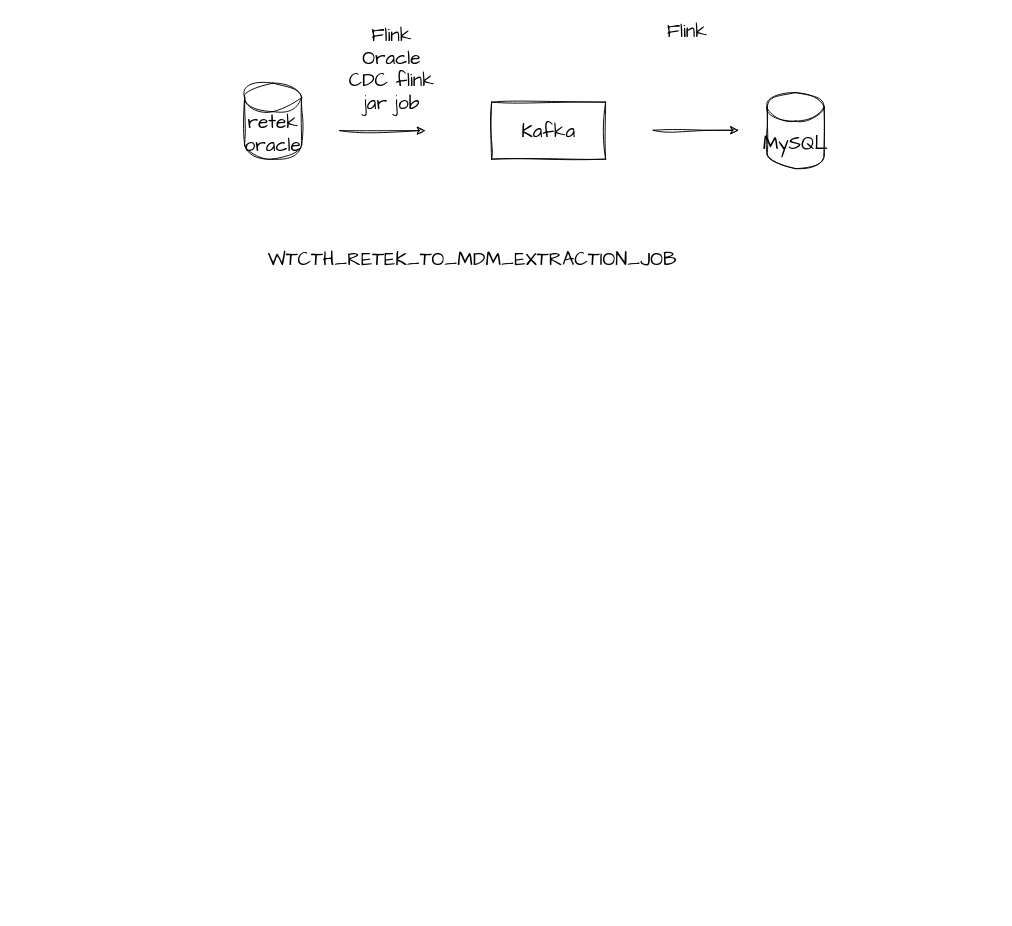
This is mdm.drawio from qiufang1314/drawio, a draw.io file, before an edit. Source tidied: cells renumbered, new cells numbered last; positions are measured from the earlier drawing's top-left corner, leaving out a move shared by most shapes. Both pictures are drawn from the tidied source at 95%, with x=0, y=0 at pixel (244, 16).
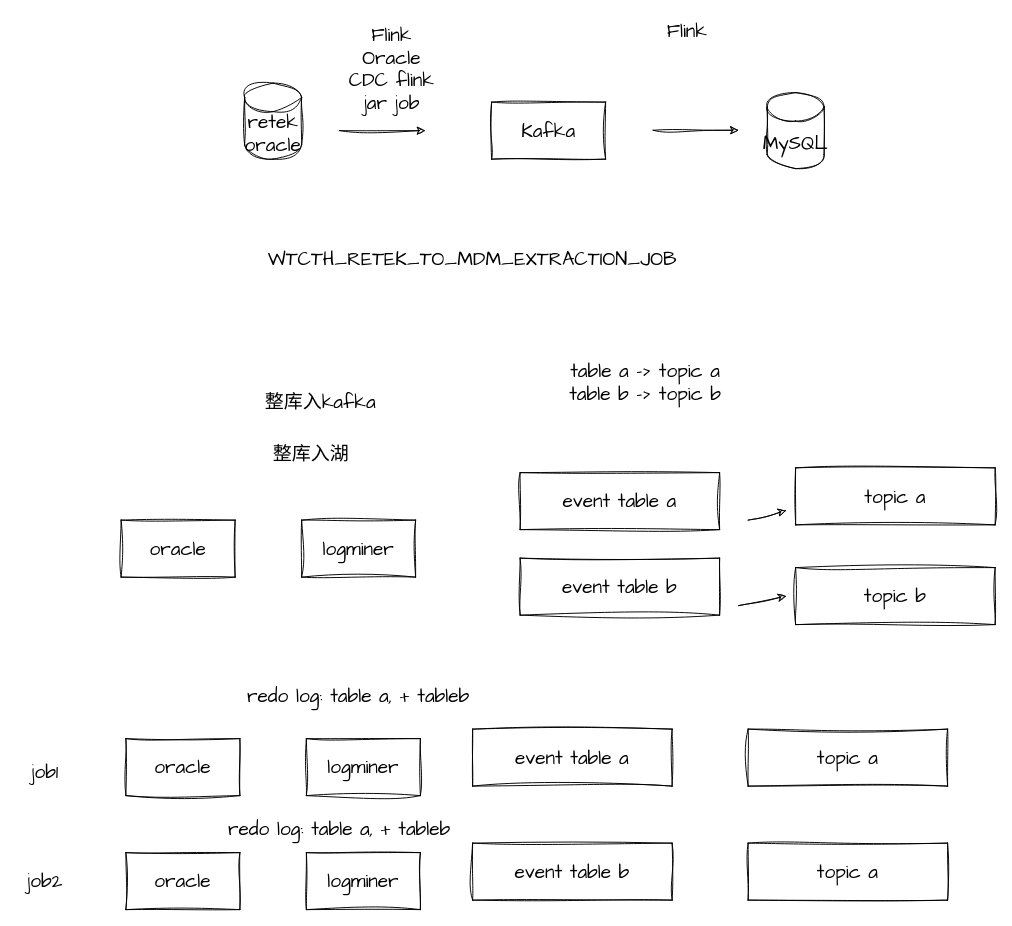
The same diagram, later.

Diff of the diagram source:
```diff
@@
+    <mxCell id="10" value="oracle" style="rounded=0;whiteSpace=wrap;html=1;sketch=1;hachureGap=4;jiggle=2;curveFitting=1;fontFamily=Architects Daughter;fontSize=20;" parent="1" vertex="1">
+      <mxGeometry x="-130" y="530" width="120" height="60" as="geometry" />
+    </mxCell>
+    <mxCell id="11" value="event table a&lt;br&gt;" style="rounded=0;whiteSpace=wrap;html=1;sketch=1;hachureGap=4;jiggle=2;curveFitting=1;fontFamily=Architects Daughter;fontSize=20;" parent="1" vertex="1">
+      <mxGeometry x="290" y="480" width="210" height="60" as="geometry" />
+    </mxCell>
+    <mxCell id="12" value="event table b" style="rounded=0;whiteSpace=wrap;html=1;sketch=1;hachureGap=4;jiggle=2;curveFitting=1;fontFamily=Architects Daughter;fontSize=20;" parent="1" vertex="1">
+      <mxGeometry x="290" y="570" width="210" height="60" as="geometry" />
+    </mxCell>
+    <mxCell id="13" value="logminer" style="rounded=0;whiteSpace=wrap;html=1;sketch=1;hachureGap=4;jiggle=2;curveFitting=1;fontFamily=Architects Daughter;fontSize=20;" parent="1" vertex="1">
+      <mxGeometry x="60" y="530" width="120" height="60" as="geometry" />
+    </mxCell>
+    <mxCell id="14" value="topic a" style="rounded=0;whiteSpace=wrap;html=1;sketch=1;hachureGap=4;jiggle=2;curveFitting=1;fontFamily=Architects Daughter;fontSize=20;" parent="1" vertex="1">
+      <mxGeometry x="580" y="475" width="210" height="60" as="geometry" />
+    </mxCell>
+    <mxCell id="15" value="topic b" style="rounded=0;whiteSpace=wrap;html=1;sketch=1;hachureGap=4;jiggle=2;curveFitting=1;fontFamily=Architects Daughter;fontSize=20;" parent="1" vertex="1">
+      <mxGeometry x="580" y="580" width="210" height="60" as="geometry" />
+    </mxCell>
+    <mxCell id="16" style="endArrow=classic;html=1;rounded=0;sketch=1;hachureGap=4;jiggle=2;curveFitting=1;fontFamily=Architects Daughter;fontSize=16;" parent="1" edge="1">
+      <mxGeometry relative="1" as="geometry">
+        <mxPoint x="530" y="530" as="sourcePoint" />
+        <mxPoint x="570" y="520" as="targetPoint" />
+      </mxGeometry>
+    </mxCell>
+    <mxCell id="17" style="endArrow=classic;html=1;rounded=0;sketch=1;hachureGap=4;jiggle=2;curveFitting=1;fontFamily=Architects Daughter;fontSize=16;" parent="1" edge="1">
+      <mxGeometry relative="1" as="geometry">
+        <mxPoint x="520" y="620" as="sourcePoint" />
+        <mxPoint x="570" y="610" as="targetPoint" />
+      </mxGeometry>
+    </mxCell>
+    <mxCell id="18" value="整库入kafka" style="text;html=1;strokeColor=none;fillColor=none;align=center;verticalAlign=middle;whiteSpace=wrap;rounded=0;fontSize=20;fontFamily=Architects Daughter;" parent="1" vertex="1">
+      <mxGeometry x="-10" y="390" width="180" height="30" as="geometry" />
+    </mxCell>
+    <mxCell id="19" value="整库入湖" style="text;html=1;strokeColor=none;fillColor=none;align=center;verticalAlign=middle;whiteSpace=wrap;rounded=0;fontSize=20;fontFamily=Architects Daughter;" parent="1" vertex="1">
+      <mxGeometry x="-20" y="445" width="180" height="30" as="geometry" />
+    </mxCell>
+    <mxCell id="20" value="table a -&amp;gt; topic a&lt;br&gt;table b -&amp;gt; topic b" style="text;html=1;strokeColor=none;fillColor=none;align=center;verticalAlign=middle;whiteSpace=wrap;rounded=0;fontSize=20;fontFamily=Architects Daughter;" parent="1" vertex="1">
+      <mxGeometry x="334" y="370" width="176" height="30" as="geometry" />
+    </mxCell>
+    <mxCell id="21" value="oracle" style="rounded=0;whiteSpace=wrap;html=1;sketch=1;hachureGap=4;jiggle=2;curveFitting=1;fontFamily=Architects Daughter;fontSize=20;" parent="1" vertex="1">
+      <mxGeometry x="-125" y="760" width="120" height="60" as="geometry" />
+    </mxCell>
+    <mxCell id="22" value="logminer" style="rounded=0;whiteSpace=wrap;html=1;sketch=1;hachureGap=4;jiggle=2;curveFitting=1;fontFamily=Architects Daughter;fontSize=20;" parent="1" vertex="1">
+      <mxGeometry x="65" y="760" width="120" height="60" as="geometry" />
+    </mxCell>
+    <mxCell id="23" value="event table a&lt;br&gt;" style="rounded=0;whiteSpace=wrap;html=1;sketch=1;hachureGap=4;jiggle=2;curveFitting=1;fontFamily=Architects Daughter;fontSize=20;" parent="1" vertex="1">
+      <mxGeometry x="240" y="750" width="210" height="60" as="geometry" />
+    </mxCell>
+    <mxCell id="24" value="topic a" style="rounded=0;whiteSpace=wrap;html=1;sketch=1;hachureGap=4;jiggle=2;curveFitting=1;fontFamily=Architects Daughter;fontSize=20;" parent="1" vertex="1">
+      <mxGeometry x="530" y="750" width="210" height="60" as="geometry" />
+    </mxCell>
+    <mxCell id="25" value="oracle" style="rounded=0;whiteSpace=wrap;html=1;sketch=1;hachureGap=4;jiggle=2;curveFitting=1;fontFamily=Architects Daughter;fontSize=20;" parent="1" vertex="1">
+      <mxGeometry x="-125" y="880" width="120" height="60" as="geometry" />
+    </mxCell>
+    <mxCell id="26" value="logminer" style="rounded=0;whiteSpace=wrap;html=1;sketch=1;hachureGap=4;jiggle=2;curveFitting=1;fontFamily=Architects Daughter;fontSize=20;" parent="1" vertex="1">
+      <mxGeometry x="65" y="880" width="120" height="60" as="geometry" />
+    </mxCell>
+    <mxCell id="27" value="event table b" style="rounded=0;whiteSpace=wrap;html=1;sketch=1;hachureGap=4;jiggle=2;curveFitting=1;fontFamily=Architects Daughter;fontSize=20;" parent="1" vertex="1">
+      <mxGeometry x="240" y="870" width="210" height="60" as="geometry" />
+    </mxCell>
+    <mxCell id="28" value="topic a" style="rounded=0;whiteSpace=wrap;html=1;sketch=1;hachureGap=4;jiggle=2;curveFitting=1;fontFamily=Architects Daughter;fontSize=20;" parent="1" vertex="1">
+      <mxGeometry x="530" y="870" width="210" height="60" as="geometry" />
+    </mxCell>
+    <mxCell id="29" value="job1" style="text;html=1;strokeColor=none;fillColor=none;align=center;verticalAlign=middle;whiteSpace=wrap;rounded=0;fontSize=20;fontFamily=Architects Daughter;" parent="1" vertex="1">
+      <mxGeometry x="-240" y="780" width="60" height="30" as="geometry" />
+    </mxCell>
+    <mxCell id="30" value="job2" style="text;html=1;strokeColor=none;fillColor=none;align=center;verticalAlign=middle;whiteSpace=wrap;rounded=0;fontSize=20;fontFamily=Architects Daughter;" parent="1" vertex="1">
+      <mxGeometry x="-240" y="895" width="60" height="30" as="geometry" />
+    </mxCell>
+    <mxCell id="31" value="redo log: table a, + tableb" style="text;html=1;strokeColor=none;fillColor=none;align=center;verticalAlign=middle;whiteSpace=wrap;rounded=0;fontSize=20;fontFamily=Architects Daughter;" parent="1" vertex="1">
+      <mxGeometry x="-20" y="700" width="280" height="30" as="geometry" />
+    </mxCell>
+    <mxCell id="32" value="redo log: table a, + tableb" style="text;html=1;strokeColor=none;fillColor=none;align=center;verticalAlign=middle;whiteSpace=wrap;rounded=0;fontSize=20;fontFamily=Architects Daughter;" parent="1" vertex="1">
+      <mxGeometry x="-40" y="840" width="280" height="30" as="geometry" />
+    </mxCell>
```
